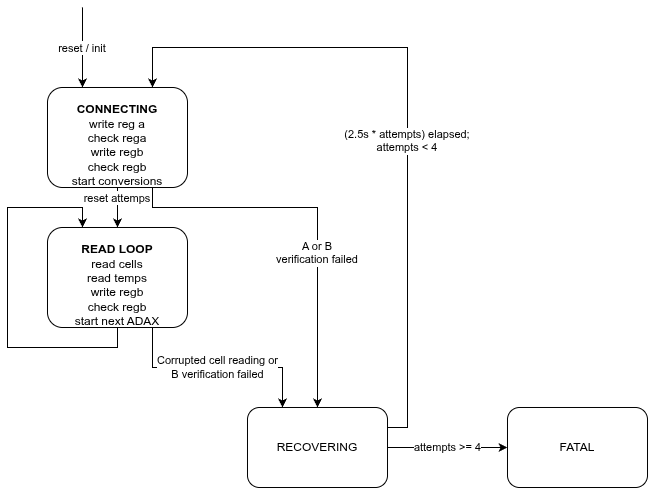
Earlier version of the draw.io export firmware/source/a_box/adbms/ADBMS_FSM.drawio.png (PurdueElectricRacing/monorepo). Source tidied: cells renumbered, new cells last; positions are measured from the earlier drawing's top-left corner, leaving out a move shared by most shapes.
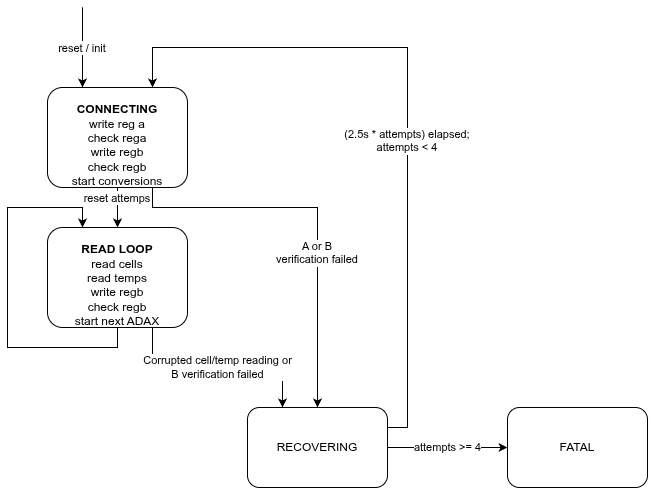
After the change.

Diff of the diagram source:
```diff
@@ -45,7 +45,7 @@
     <mxCell id="11" value="&lt;span style=&quot;color: rgb(0, 0, 0);&quot;&gt;write reg a&lt;/span&gt;&lt;div&gt;&lt;span style=&quot;color: rgb(0, 0, 0);&quot;&gt;check rega&lt;/span&gt;&lt;/div&gt;&lt;div&gt;&lt;span style=&quot;color: rgb(0, 0, 0);&quot;&gt;write regb&lt;/span&gt;&lt;/div&gt;&lt;div&gt;&lt;span style=&quot;color: rgb(0, 0, 0);&quot;&gt;check regb&lt;/span&gt;&lt;/div&gt;&lt;div&gt;&lt;span style=&quot;color: rgb(0, 0, 0);&quot;&gt;start conversions&lt;/span&gt;&lt;/div&gt;" style="text;html=1;whiteSpace=wrap;strokeColor=none;fillColor=none;align=center;verticalAlign=middle;rounded=0;" parent="1" vertex="1">
       <mxGeometry x="40" y="110" width="140" height="70" as="geometry" />
     </mxCell>
-    <mxCell id="12" value="&lt;span style=&quot;color: rgb(0, 0, 0);&quot;&gt;Corrupted cell reading or&lt;/span&gt;&lt;div&gt;&lt;span style=&quot;color: rgb(0, 0, 0);&quot;&gt;B verification failed&lt;/span&gt;&lt;/div&gt;" style="edgeStyle=orthogonalEdgeStyle;html=1;exitX=0.75;exitY=1;exitDx=0;exitDy=0;entryX=0.25;entryY=0;entryDx=0;entryDy=0;rounded=0;curved=0;" parent="1" edge="1" source="3" target="5">
+    <mxCell id="12" value="&lt;span style=&quot;color: rgb(0, 0, 0);&quot;&gt;Corrupted cell/temp reading or&lt;/span&gt;&lt;div&gt;&lt;span style=&quot;color: rgb(0, 0, 0);&quot;&gt;B verification failed&lt;/span&gt;&lt;/div&gt;" style="edgeStyle=orthogonalEdgeStyle;html=1;exitX=0.75;exitY=1;exitDx=0;exitDy=0;entryX=0.25;entryY=0;entryDx=0;entryDy=0;rounded=0;curved=0;" parent="1" edge="1" source="3" target="5">
       <mxGeometry relative="1" as="geometry" />
     </mxCell>
     <mxCell id="13" value="&lt;span style=&quot;&quot;&gt;read cells&lt;/span&gt;&lt;div&gt;&lt;span style=&quot;&quot;&gt;read temps&lt;/span&gt;&lt;/div&gt;&lt;div&gt;&lt;span style=&quot;&quot;&gt;write regb&lt;/span&gt;&lt;/div&gt;&lt;div&gt;&lt;span style=&quot;&quot;&gt;check regb&lt;/span&gt;&lt;br&gt;&lt;/div&gt;&lt;div&gt;start next ADAX&lt;/div&gt;" style="text;html=1;whiteSpace=wrap;strokeColor=none;fillColor=none;align=center;verticalAlign=middle;rounded=0;fontColor=#000000;" parent="1" vertex="1">
```
